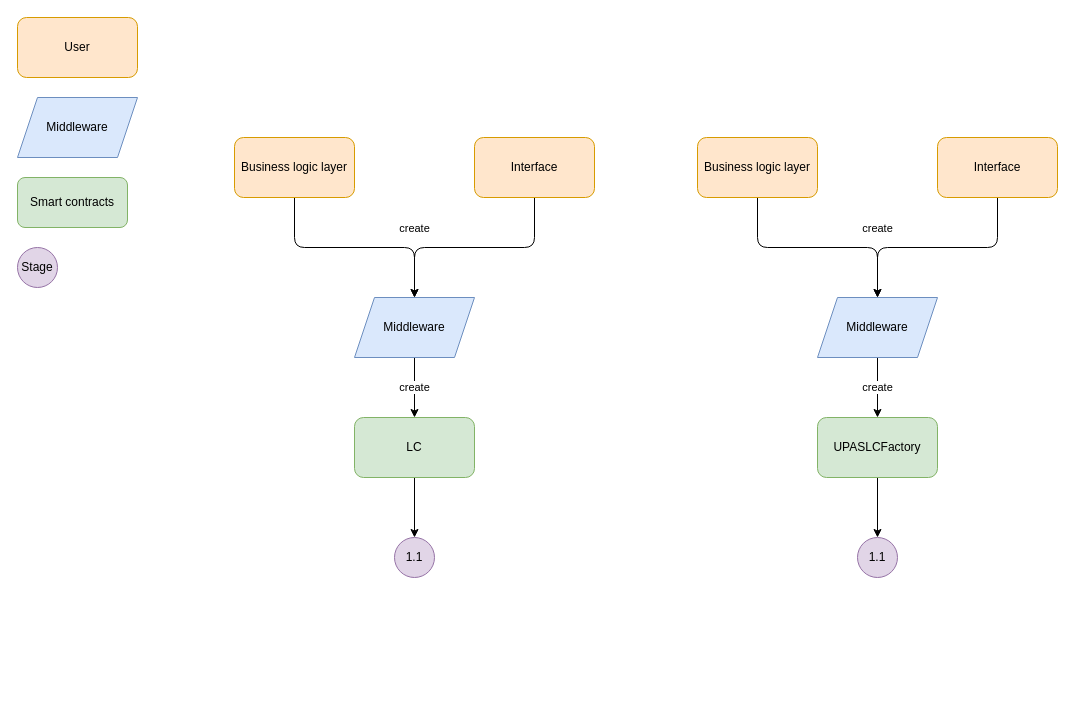
Before: page "Page-2" (2 of 4) of LC-smart-contracts.drawio in gdotcat/diagram, a draw.io diagram. Source tidied: cells renumbered, new cells numbered last; positions are measured from the earlier drawing's top-left corner, leaving out a move shared by most shapes. Both pictures are drawn from the tidied source at 100%, with x=0, y=0 at pixel (17, 17).
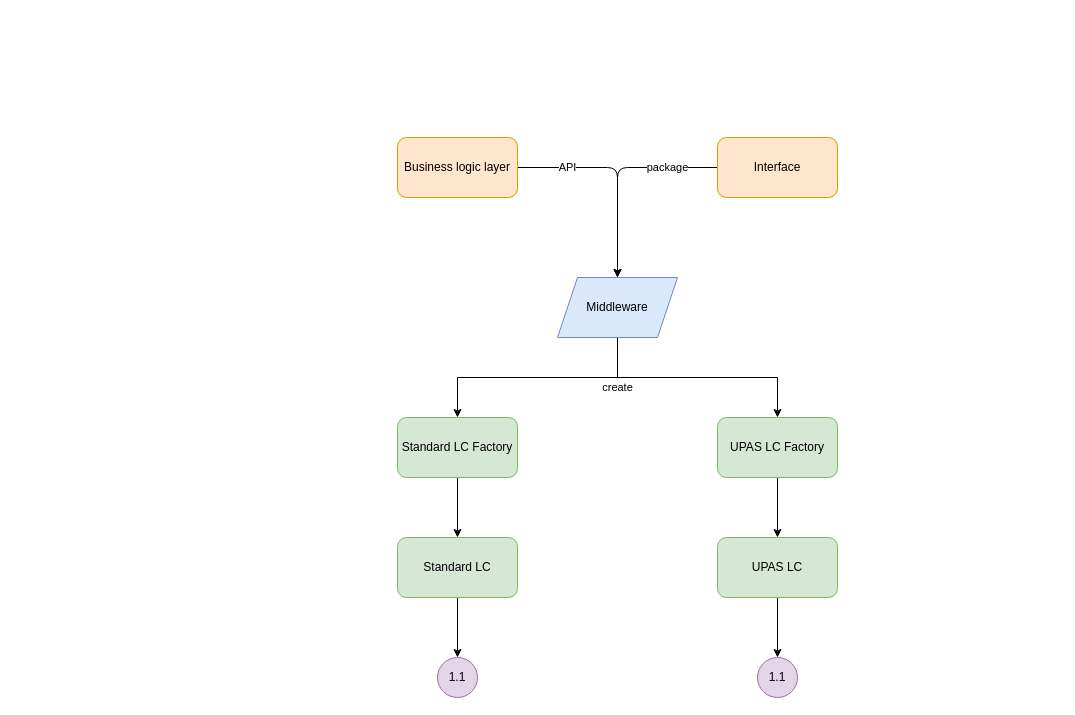
The same page after the edit.

What changed in the source:
```diff
@@
     <mxCell id="2" value="create" style="edgeStyle=orthogonalEdgeStyle;rounded=0;jettySize=auto;html=1;entryX=0.5;entryY=0;entryDx=0;entryDy=0;" parent="1" edge="1" source="3" target="5">
-      <mxGeometry relative="1" as="geometry" />
+      <mxGeometry x="-0.67" y="10" relative="1" as="geometry">
+        <Array as="points">
+          <mxPoint x="600" y="360" />
+          <mxPoint x="440" y="360" />
+        </Array>
+      </mxGeometry>
     </mxCell>
+    <mxCell id="24" style="edgeStyle=orthogonalEdgeStyle;rounded=0;jettySize=auto;html=1;" parent="1" edge="1" source="3" target="16">
+      <mxGeometry relative="1" as="geometry">
+        <Array as="points">
+          <mxPoint x="600" y="360" />
+          <mxPoint x="760" y="360" />
+        </Array>
+      </mxGeometry>
+    </mxCell>
     <mxCell id="3" value="Middleware" style="shape=parallelogram;perimeter=parallelogramPerimeter;whiteSpace=wrap;html=1;fixedSize=1;fillColor=#dae8fc;strokeColor=#6c8ebf;" parent="1" vertex="1">
-      <mxGeometry x="337" y="280" width="120" height="60" as="geometry" />
+      <mxGeometry x="540" y="260" width="120" height="60" as="geometry" />
     </mxCell>
-    <mxCell id="4" style="edgeStyle=orthogonalEdgeStyle;rounded=0;jettySize=auto;html=1;entryX=0.5;entryY=0;entryDx=0;entryDy=0;" parent="1" edge="1" source="5" target="7">
-      <mxGeometry relative="1" as="geometry" />
-    </mxCell>
+    <mxCell id="25" style="edgeStyle=orthogonalEdgeStyle;rounded=0;jettySize=auto;html=1;" parent="1" edge="1" source="5" target="28">
+      <mxGeometry relative="1" as="geometry" />
+    </mxCell>
-    <mxCell id="5" value="LC" style="rounded=1;whiteSpace=wrap;html=1;fillColor=#d5e8d4;strokeColor=#82b366;" parent="1" vertex="1">
-      <mxGeometry x="337" y="400" width="120" height="60" as="geometry" />
+    <mxCell id="5" value="Standard LC Factory" style="rounded=1;whiteSpace=wrap;html=1;fillColor=#d5e8d4;strokeColor=#82b366;" parent="1" vertex="1">
+      <mxGeometry x="380" y="400" width="120" height="60" as="geometry" />
     </mxCell>
-    <mxCell id="6" value="Smart contracts" style="rounded=1;whiteSpace=wrap;html=1;fillColor=#d5e8d4;strokeColor=#82b366;" parent="1" vertex="1">
-      <mxGeometry y="160" width="110" height="50" as="geometry" />
-    </mxCell>
     <mxCell id="7" value="1.1" style="ellipse;whiteSpace=wrap;html=1;fillColor=#e1d5e7;strokeColor=#9673a6;" parent="1" vertex="1">
-      <mxGeometry x="377" y="520" width="40" height="40" as="geometry" />
+      <mxGeometry x="420" y="640" width="40" height="40" as="geometry" />
     </mxCell>
-    <mxCell id="8" value="Stage" style="ellipse;whiteSpace=wrap;html=1;fillColor=#e1d5e7;strokeColor=#9673a6;" parent="1" vertex="1">
-      <mxGeometry y="230" width="40" height="40" as="geometry" />
-    </mxCell>
-    <mxCell id="9" style="edgeStyle=orthogonalEdgeStyle;curved=0;rounded=1;sketch=0;jettySize=auto;html=1;" parent="1" edge="1" source="10" target="3">
-      <mxGeometry relative="1" as="geometry" />
+    <mxCell id="9" value="API" style="edgeStyle=orthogonalEdgeStyle;curved=0;rounded=1;sketch=0;jettySize=auto;html=1;" parent="1" edge="1" source="10" target="3">
+      <mxGeometry x="-0.52" relative="1" as="geometry" />
     </mxCell>
     <mxCell id="10" value="Business logic layer" style="rounded=1;whiteSpace=wrap;html=1;labelBackgroundColor=none;sketch=0;fillColor=#ffe6cc;strokeColor=#d79b00;" parent="1" vertex="1">
-      <mxGeometry x="217" y="120" width="120" height="60" as="geometry" />
+      <mxGeometry x="380" y="120" width="120" height="60" as="geometry" />
     </mxCell>
-    <mxCell id="11" value="create" style="edgeStyle=orthogonalEdgeStyle;curved=0;rounded=1;sketch=0;jettySize=auto;html=1;" parent="1" edge="1" source="12" target="3">
-      <mxGeometry x="0.55" y="-20" relative="1" as="geometry">
-        <mxPoint x="20" y="-20" as="offset" />
-      </mxGeometry>
+    <mxCell id="11" value="package" style="edgeStyle=orthogonalEdgeStyle;curved=0;rounded=1;sketch=0;jettySize=auto;html=1;" parent="1" edge="1" source="12" target="3">
+      <mxGeometry x="-0.52" relative="1" as="geometry" />
     </mxCell>
     <mxCell id="12" value="Interface" style="rounded=1;whiteSpace=wrap;html=1;labelBackgroundColor=none;sketch=0;fillColor=#ffe6cc;strokeColor=#d79b00;" parent="1" vertex="1">
-      <mxGeometry x="457" y="120" width="120" height="60" as="geometry" />
+      <mxGeometry x="700" y="120" width="120" height="60" as="geometry" />
     </mxCell>
-    <mxCell id="13" value="Middleware" style="shape=parallelogram;perimeter=parallelogramPerimeter;whiteSpace=wrap;html=1;fixedSize=1;fillColor=#dae8fc;strokeColor=#6c8ebf;" parent="1" vertex="1">
-      <mxGeometry y="80" width="120" height="60" as="geometry" />
-    </mxCell>
-    <mxCell id="14" value="User" style="rounded=1;whiteSpace=wrap;html=1;labelBackgroundColor=none;sketch=0;fillColor=#ffe6cc;strokeColor=#d79b00;" parent="1" vertex="1">
-      <mxGeometry width="120" height="60" as="geometry" />
-    </mxCell>
-    <mxCell id="15" style="edgeStyle=orthogonalEdgeStyle;curved=0;rounded=1;sketch=0;jettySize=auto;html=1;entryX=0.5;entryY=0;entryDx=0;entryDy=0;" parent="1" edge="1" source="16" target="19">
-      <mxGeometry relative="1" as="geometry" />
-    </mxCell>
+    <mxCell id="26" style="edgeStyle=orthogonalEdgeStyle;rounded=0;jettySize=auto;html=1;entryX=0.5;entryY=0;entryDx=0;entryDy=0;" parent="1" edge="1" source="16" target="30">
+      <mxGeometry relative="1" as="geometry" />
+    </mxCell>
-    <mxCell id="16" value="UPASLCFactory" style="rounded=1;whiteSpace=wrap;html=1;fillColor=#d5e8d4;strokeColor=#82b366;" parent="1" vertex="1">
-      <mxGeometry x="800" y="400" width="120" height="60" as="geometry" />
+    <mxCell id="16" value="UPAS LC Factory" style="rounded=1;whiteSpace=wrap;html=1;fillColor=#d5e8d4;strokeColor=#82b366;" parent="1" vertex="1">
+      <mxGeometry x="700" y="400" width="120" height="60" as="geometry" />
     </mxCell>
-    <mxCell id="17" value="create" style="edgeStyle=orthogonalEdgeStyle;rounded=0;jettySize=auto;html=1;entryX=0.5;entryY=0;entryDx=0;entryDy=0;" parent="1" edge="1" source="18" target="16">
-      <mxGeometry relative="1" as="geometry" />
-    </mxCell>
-    <mxCell id="18" value="Middleware" style="shape=parallelogram;perimeter=parallelogramPerimeter;whiteSpace=wrap;html=1;fixedSize=1;fillColor=#dae8fc;strokeColor=#6c8ebf;" parent="1" vertex="1">
-      <mxGeometry x="800" y="280" width="120" height="60" as="geometry" />
-    </mxCell>
     <mxCell id="19" value="1.1" style="ellipse;whiteSpace=wrap;html=1;fillColor=#e1d5e7;strokeColor=#9673a6;" parent="1" vertex="1">
-      <mxGeometry x="840" y="520" width="40" height="40" as="geometry" />
+      <mxGeometry x="740" y="640" width="40" height="40" as="geometry" />
     </mxCell>
-    <mxCell id="20" style="edgeStyle=orthogonalEdgeStyle;curved=0;rounded=1;sketch=0;jettySize=auto;html=1;" parent="1" edge="1" source="21" target="18">
-      <mxGeometry relative="1" as="geometry" />
-    </mxCell>
-    <mxCell id="21" value="Business logic layer" style="rounded=1;whiteSpace=wrap;html=1;labelBackgroundColor=none;sketch=0;fillColor=#ffe6cc;strokeColor=#d79b00;" parent="1" vertex="1">
-      <mxGeometry x="680" y="120" width="120" height="60" as="geometry" />
-    </mxCell>
-    <mxCell id="22" value="create" style="edgeStyle=orthogonalEdgeStyle;curved=0;rounded=1;sketch=0;jettySize=auto;html=1;" parent="1" edge="1" source="23" target="18">
-      <mxGeometry x="0.55" y="-20" relative="1" as="geometry">
-        <mxPoint x="20" y="-20" as="offset" />
-      </mxGeometry>
-    </mxCell>
-    <mxCell id="23" value="Interface" style="rounded=1;whiteSpace=wrap;html=1;labelBackgroundColor=none;sketch=0;fillColor=#ffe6cc;strokeColor=#d79b00;" parent="1" vertex="1">
-      <mxGeometry x="920" y="120" width="120" height="60" as="geometry" />
-    </mxCell>
+    <mxCell id="27" style="edgeStyle=orthogonalEdgeStyle;rounded=0;jettySize=auto;html=1;" parent="1" edge="1" source="28" target="7">
+      <mxGeometry relative="1" as="geometry" />
+    </mxCell>
+    <mxCell id="28" value="Standard LC" style="rounded=1;whiteSpace=wrap;html=1;fillColor=#d5e8d4;strokeColor=#82b366;" parent="1" vertex="1">
+      <mxGeometry x="380" y="520" width="120" height="60" as="geometry" />
+    </mxCell>
+    <mxCell id="29" style="edgeStyle=orthogonalEdgeStyle;rounded=0;jettySize=auto;html=1;" parent="1" edge="1" source="30" target="19">
+      <mxGeometry relative="1" as="geometry" />
+    </mxCell>
+    <mxCell id="30" value="UPAS LC" style="rounded=1;whiteSpace=wrap;html=1;fillColor=#d5e8d4;strokeColor=#82b366;" parent="1" vertex="1">
+      <mxGeometry x="700" y="520" width="120" height="60" as="geometry" />
+    </mxCell>
```
